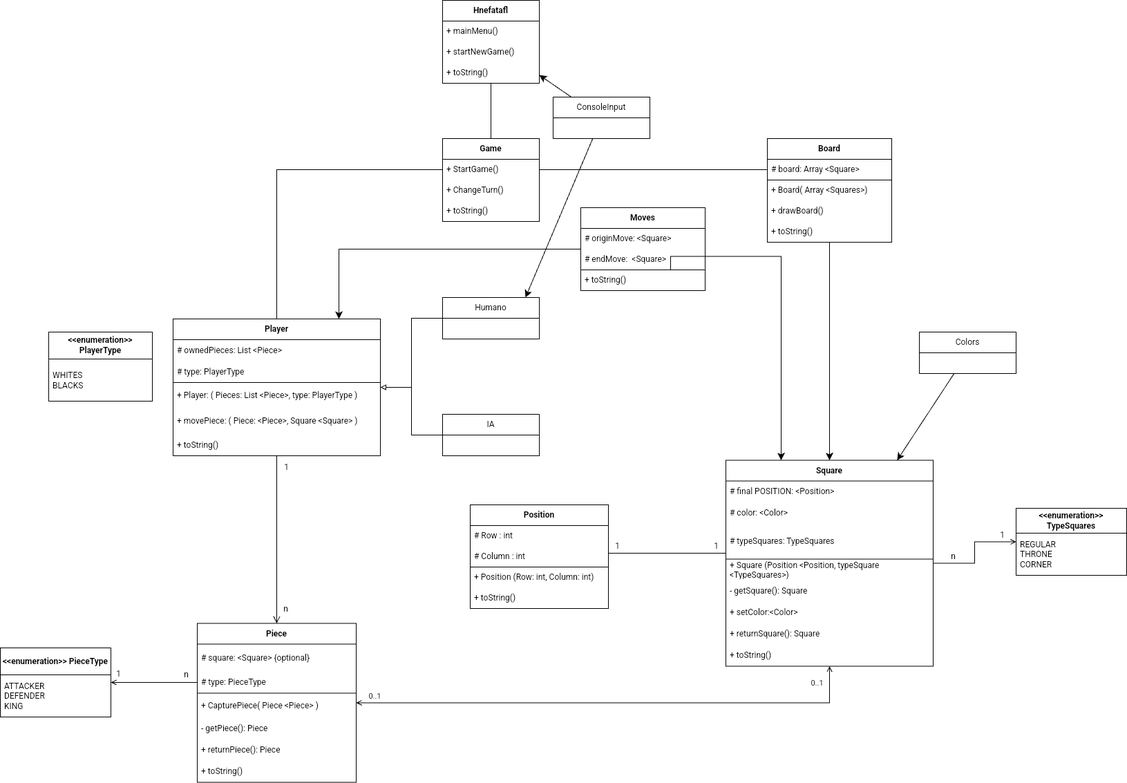
The draw.io diagram diagrams/ClassDiagram.drawio.png in jvazmor497/Hnefatafl, before a commit. Source tidied: cells renumbered, new cells last; positions are measured from the earlier drawing's top-left corner, leaving out a move shared by most shapes.
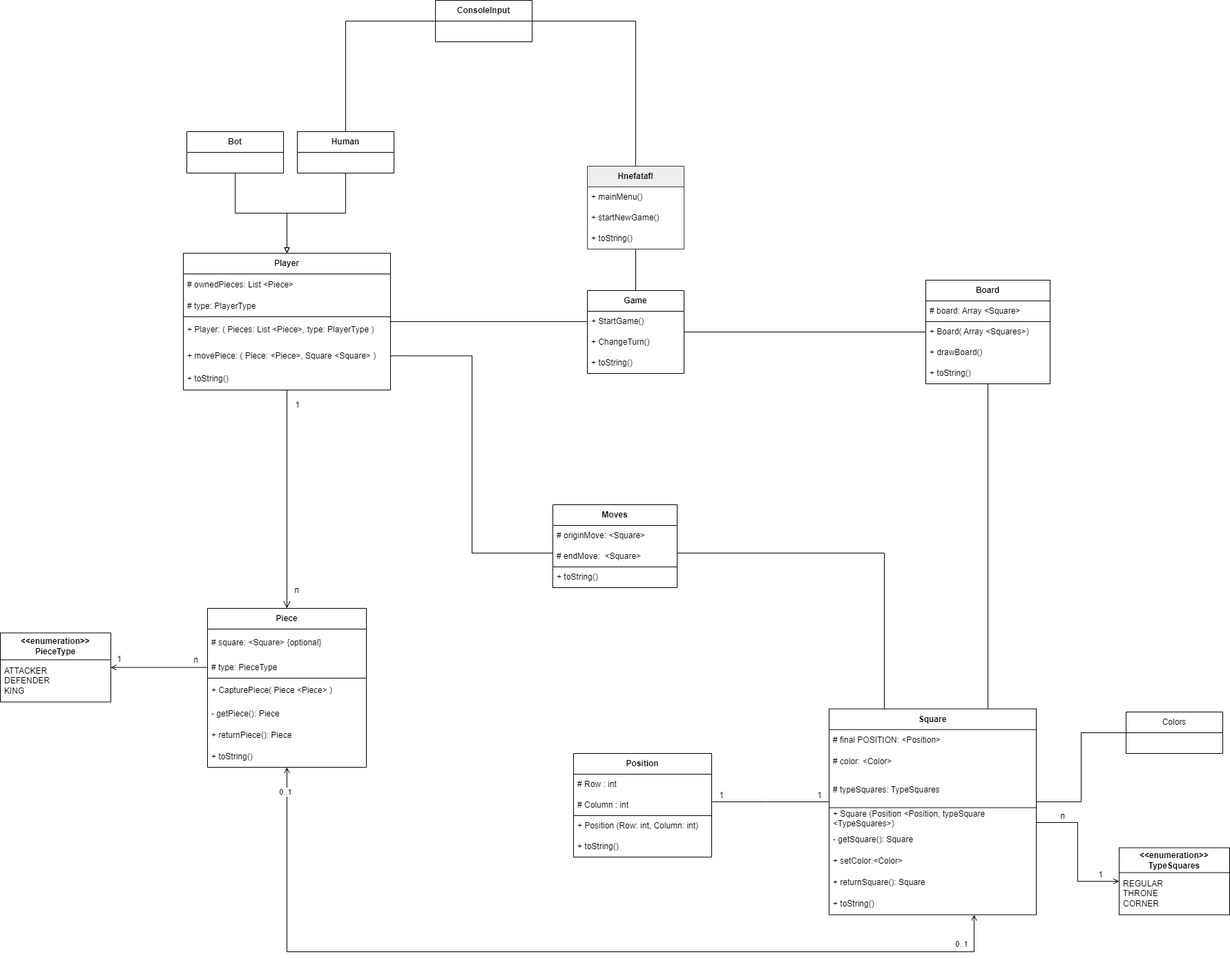
Above is the later version.

Commit message:
Actualizado de un par de cosillas

Diff of the diagram source:
```diff
@@ -2,11 +2,16 @@
   <root>
     <mxCell id="0" />
     <mxCell id="1" parent="0" />
-    <mxCell id="2" style="edgeStyle=none;curved=1;rounded=0;jettySize=auto;html=1;fontSize=12;startSize=8;endSize=8;" parent="1" edge="1" source="3" target="41">
-      <mxGeometry relative="1" as="geometry" />
+    <mxCell id="2" style="edgeStyle=none;curved=1;rounded=0;jettySize=auto;html=1;fontSize=12;startSize=8;endSize=8;endArrow=none;endFill=0;" parent="1" edge="1" source="3">
+      <mxGeometry relative="1" as="geometry">
+        <mxPoint x="1220" y="665.5" as="targetPoint" />
+      </mxGeometry>
     </mxCell>
+    <mxCell id="88" style="edgeStyle=orthogonalEdgeStyle;rounded=0;jettySize=auto;html=1;endArrow=none;endFill=0;" parent="1" edge="1" source="3" target="37">
+      <mxGeometry relative="1" as="geometry" />
+    </mxCell>
     <mxCell id="3" value="&lt;b&gt;Board&lt;/b&gt;" style="swimlane;fontStyle=0;horizontal=1;startSize=30;whiteSpace=wrap;html=1;flipH=1;" parent="1" vertex="1">
-      <mxGeometry x="1110" y="200" width="180" height="150" as="geometry" />
+      <mxGeometry x="1130" y="45" width="180" height="150" as="geometry" />
     </mxCell>
     <mxCell id="4" value="# board: Array &amp;lt;Square&amp;gt;" style="text;strokeColor=none;fillColor=none;align=left;verticalAlign=middle;spacingLeft=4;spacingRight=4;overflow=hidden;whiteSpace=wrap;html=1;" parent="3" vertex="1">
       <mxGeometry y="30" width="180" height="30" as="geometry" />
@@ -67,7 +72,7 @@
       </mxGeometry>
     </mxCell>
     <mxCell id="18" value="&lt;b&gt;Piece&lt;/b&gt;" style="swimlane;fontStyle=0;horizontal=1;startSize=30;whiteSpace=wrap;html=1;" parent="1" vertex="1">
-      <mxGeometry x="285" y="901.5" width="230" height="230" as="geometry" />
+      <mxGeometry x="90" y="520" width="230" height="230" as="geometry" />
     </mxCell>
     <mxCell id="19" value="# square: &amp;lt;Square&amp;gt; {optional}" style="text;strokeColor=none;fillColor=none;align=left;verticalAlign=middle;spacingLeft=4;spacingRight=4;overflow=hidden;whiteSpace=wrap;html=1;" parent="18" vertex="1">
       <mxGeometry y="30" width="230" height="40" as="geometry" />
@@ -94,7 +99,7 @@
       <mxGeometry relative="1" as="geometry" />
     </mxCell>
     <mxCell id="27" value="&lt;b&gt;Player&lt;/b&gt;" style="swimlane;fontStyle=0;horizontal=1;startSize=30;whiteSpace=wrap;html=1;flipH=1;" parent="1" vertex="1">
-      <mxGeometry x="250" y="461" width="300" height="198" as="geometry" />
+      <mxGeometry x="55" y="6" width="300" height="198" as="geometry" />
     </mxCell>
     <mxCell id="28" value="# ownedPieces: List &amp;lt;Piece&amp;gt;" style="text;strokeColor=none;fillColor=none;align=left;verticalAlign=middle;spacingLeft=4;spacingRight=4;overflow=hidden;whiteSpace=wrap;html=1;" parent="27" vertex="1">
       <mxGeometry y="30" width="300" height="31" as="geometry" />
@@ -133,7 +138,7 @@
       </mxGeometry>
     </mxCell>
     <mxCell id="37" value="&lt;b&gt;Game&lt;/b&gt;" style="swimlane;fontStyle=0;horizontal=1;startSize=30;whiteSpace=wrap;html=1;flipH=1;" parent="1" vertex="1">
-      <mxGeometry x="640" y="200" width="140" height="120" as="geometry" />
+      <mxGeometry x="640" y="60" width="140" height="120" as="geometry" />
     </mxCell>
     <mxCell id="38" value="+ StartGame()" style="text;strokeColor=none;fillColor=none;align=left;verticalAlign=middle;spacingLeft=4;spacingRight=4;overflow=hidden;points=[[0,0,0,0,0],[0,0.5,0,0,0],[1,0,0,0,0],[1,0.5,0,0,0]];portConstraint=eastwest;whiteSpace=wrap;html=1;fontFamily=Helvetica;fontSize=12;fontColor=default;" parent="37" vertex="1">
       <mxGeometry y="30" width="140" height="30" as="geometry" />
@@ -145,17 +150,8 @@
       <mxGeometry y="90" width="140" height="30" as="geometry" />
     </mxCell>
     <mxCell id="41" value="&lt;b&gt;Square&lt;/b&gt;" style="swimlane;fontStyle=0;horizontal=1;startSize=30;whiteSpace=wrap;html=1;points=[[0,0,0,0,0],[0,0.25,0,0,0],[0,0.5,0,0,0],[0,0.75,0,0,0],[0,1,0,0,0],[0.25,0,0,0,0],[0.25,1,0,0,0],[0.5,0,0,0,0],[0.5,1,0,0,0],[0.75,0,0,0,0],[0.75,1,0,0,0],[1,0,0,0,0],[1,0.25,0,0,0],[1,0.5,0,0,0],[1,0.75,0,0,0],[1,1,0,0,0]];" parent="1" vertex="1">
-      <mxGeometry x="1050" y="665.5" width="300" height="298" as="geometry" />
+      <mxGeometry x="990" y="665.5" width="300" height="298" as="geometry" />
     </mxCell>
-    <mxCell id="42" style="edgeStyle=orthogonalEdgeStyle;rounded=0;jettySize=auto;html=1;fontSize=12;startSize=8;endSize=8;" parent="41" edge="1" target="41">
-      <mxGeometry relative="1" as="geometry">
-        <mxPoint x="-80" y="-275.5" as="sourcePoint" />
-        <Array as="points">
-          <mxPoint x="-80" y="-295" />
-          <mxPoint x="80" y="-295" />
-        </Array>
-      </mxGeometry>
-    </mxCell>
     <mxCell id="43" value="# final POSITION: &amp;lt;Position&amp;gt;" style="text;strokeColor=none;fillColor=none;align=left;verticalAlign=middle;spacingLeft=4;spacingRight=4;overflow=hidden;whiteSpace=wrap;html=1;" parent="41" vertex="1">
       <mxGeometry y="30" width="300" height="31" as="geometry" />
     </mxCell>
@@ -184,7 +180,7 @@
       <mxGeometry y="267" width="300" height="31" as="geometry" />
     </mxCell>
     <mxCell id="52" value="&lt;b&gt;Position&lt;/b&gt;" style="swimlane;fontStyle=0;horizontal=1;startSize=30;whiteSpace=wrap;html=1;" parent="1" vertex="1">
-      <mxGeometry x="680" y="730" width="200" height="150" as="geometry" />
+      <mxGeometry x="620" y="730" width="200" height="150" as="geometry" />
     </mxCell>
     <mxCell id="53" value="# Row : int" style="text;strokeColor=none;fillColor=none;align=left;verticalAlign=middle;spacingLeft=4;spacingRight=4;overflow=hidden;whiteSpace=wrap;html=1;" parent="52" vertex="1">
       <mxGeometry y="30" width="200" height="30" as="geometry" />
@@ -201,21 +197,19 @@
     <mxCell id="57" value="+ toString()" style="text;strokeColor=none;fillColor=none;align=left;verticalAlign=middle;spacingLeft=4;spacingRight=4;overflow=hidden;whiteSpace=wrap;html=1;" parent="52" vertex="1">
       <mxGeometry y="120" width="200" height="30" as="geometry" />
     </mxCell>
-    <mxCell id="58" style="edgeStyle=orthogonalEdgeStyle;rounded=0;jettySize=auto;html=1;fontSize=12;startSize=8;endSize=8;entryX=1;entryY=0.5;entryDx=0;entryDy=0;endArrow=none;endFill=0;startArrow=none;startFill=0;" parent="1" edge="1" source="3" target="38">
-      <mxGeometry relative="1" as="geometry">
-        <Array as="points">
-          <mxPoint x="1020" y="245" />
-        </Array>
-      </mxGeometry>
-    </mxCell>
     <mxCell id="59" value="&lt;b&gt;&amp;lt;&amp;lt;enumeration&amp;gt;&amp;gt; PieceType&lt;/b&gt;" style="swimlane;fontStyle=0;horizontal=1;startSize=39;whiteSpace=wrap;html=1;" parent="1" vertex="1">
-      <mxGeometry y="937" width="160" height="100" as="geometry" />
+      <mxGeometry x="-210" y="555.5" width="160" height="100" as="geometry" />
     </mxCell>
     <mxCell id="60" value="ATTACKER&lt;div&gt;DEFENDER&lt;/div&gt;&lt;div&gt;KING&lt;/div&gt;" style="text;strokeColor=none;fillColor=none;align=left;verticalAlign=middle;spacingLeft=4;spacingRight=4;overflow=hidden;whiteSpace=wrap;html=1;" parent="59" vertex="1">
       <mxGeometry y="39" width="160" height="61" as="geometry" />
     </mxCell>
     <mxCell id="61" style="edgeStyle=orthogonalEdgeStyle;rounded=0;jettySize=auto;html=1;endArrow=none;endFill=0;startArrow=open;startFill=0;" parent="1" edge="1" source="64" target="41">
-      <mxGeometry relative="1" as="geometry" />
+      <mxGeometry relative="1" as="geometry">
+        <Array as="points">
+          <mxPoint x="1350" y="915" />
+          <mxPoint x="1350" y="830" />
+        </Array>
+      </mxGeometry>
     </mxCell>
     <mxCell id="62" value="n" style="edgeLabel;html=1;align=center;verticalAlign=middle;spacingLeft=4;spacingRight=4;fontFamily=Helvetica;fontSize=12;fontColor=default;fillColor=none;gradientColor=none;" parent="61" vertex="1">
       <mxGeometry x="0.63" y="3" relative="1" as="geometry">
@@ -228,22 +222,16 @@
       </mxGeometry>
     </mxCell>
     <mxCell id="64" value="&lt;b&gt;&amp;lt;&amp;lt;enumeration&amp;gt;&amp;gt; TypeSquares&lt;/b&gt;" style="swimlane;fontStyle=0;horizontal=1;startSize=36;whiteSpace=wrap;html=1;" parent="1" vertex="1">
-      <mxGeometry x="1470" y="735" width="160" height="97" as="geometry" />
+      <mxGeometry x="1410" y="866.5" width="160" height="97" as="geometry" />
     </mxCell>
     <mxCell id="65" value="&lt;div&gt;REGULAR&lt;/div&gt;&lt;div&gt;THRONE&lt;/div&gt;&lt;div&gt;CORNER&lt;/div&gt;" style="text;strokeColor=none;fillColor=none;align=left;verticalAlign=middle;spacingLeft=4;spacingRight=4;overflow=hidden;whiteSpace=wrap;html=1;" parent="64" vertex="1">
       <mxGeometry y="36" width="160" height="61" as="geometry" />
     </mxCell>
-    <mxCell id="66" value="&lt;b&gt;&amp;lt;&amp;lt;enumeration&amp;gt;&amp;gt; PlayerType&lt;/b&gt;" style="swimlane;fontStyle=0;horizontal=1;startSize=39;whiteSpace=wrap;html=1;" parent="1" vertex="1">
-      <mxGeometry x="70" y="480" width="150" height="100" as="geometry" />
-    </mxCell>
-    <mxCell id="67" value="WHITES&lt;div&gt;BLACKS&lt;/div&gt;" style="text;strokeColor=none;fillColor=none;align=left;verticalAlign=middle;spacingLeft=4;spacingRight=4;overflow=hidden;whiteSpace=wrap;html=1;" parent="66" vertex="1">
-      <mxGeometry y="39" width="150" height="61" as="geometry" />
-    </mxCell>
-    <mxCell id="68" value="Humano" style="swimlane;fontStyle=0;horizontal=1;startSize=30;whiteSpace=wrap;html=1;" parent="1" vertex="1">
-      <mxGeometry x="640" y="430" width="140" height="60" as="geometry" />
+    <mxCell id="68" value="&lt;b&gt;Human&lt;/b&gt;" style="swimlane;fontStyle=0;horizontal=1;startSize=30;whiteSpace=wrap;html=1;" parent="1" vertex="1">
+      <mxGeometry x="220" y="-170" width="140" height="60" as="geometry" />
     </mxCell>
-    <mxCell id="69" value="IA" style="swimlane;fontStyle=0;horizontal=1;startSize=30;whiteSpace=wrap;html=1;" parent="1" vertex="1">
-      <mxGeometry x="640" y="599" width="140" height="60" as="geometry" />
+    <mxCell id="69" value="&lt;b&gt;Bot&lt;/b&gt;" style="swimlane;fontStyle=0;horizontal=1;startSize=30;whiteSpace=wrap;html=1;" parent="1" vertex="1">
+      <mxGeometry x="60" y="-170" width="140" height="60" as="geometry" />
     </mxCell>
     <mxCell id="70" style="endArrow=none;html=1;rounded=0;edgeStyle=orthogonalEdgeStyle;startArrow=block;startFill=0;" parent="1" edge="1" source="27" target="68">
       <mxGeometry relative="1" as="geometry" />
@@ -251,8 +239,8 @@
     <mxCell id="71" style="endArrow=none;html=1;rounded=0;edgeStyle=orthogonalEdgeStyle;startArrow=block;startFill=0;" parent="1" edge="1" source="27" target="69">
       <mxGeometry relative="1" as="geometry" />
     </mxCell>
-    <mxCell id="72" value="&lt;b&gt;Hnefatafl&lt;/b&gt;" style="swimlane;fontStyle=0;horizontal=1;startSize=30;whiteSpace=wrap;html=1;flipH=1;" parent="1" vertex="1">
-      <mxGeometry x="640" width="140" height="120" as="geometry" />
+    <mxCell id="72" value="&lt;b&gt;Hnefatafl&lt;/b&gt;" style="swimlane;fontStyle=0;horizontal=1;startSize=30;whiteSpace=wrap;html=1;flipH=1;fillColor=#eeeeee;strokeColor=#36393d;" parent="1" vertex="1">
+      <mxGeometry x="640" y="-120" width="140" height="120" as="geometry" />
     </mxCell>
     <mxCell id="73" value="+ mainMenu()" style="text;strokeColor=none;fillColor=none;align=left;verticalAlign=middle;spacingLeft=4;spacingRight=4;overflow=hidden;whiteSpace=wrap;html=1;fontFamily=Helvetica;fontSize=12;fontColor=default;" parent="72" vertex="1">
       <mxGeometry y="30" width="140" height="30" as="geometry" />
@@ -266,15 +254,24 @@
     <mxCell id="76" style="endArrow=none;html=1;rounded=0;" parent="1" edge="1" source="37" target="72">
       <mxGeometry relative="1" as="geometry" />
     </mxCell>
-    <mxCell id="77" style="edgeStyle=orthogonalEdgeStyle;rounded=0;jettySize=auto;html=1;fontSize=12;startSize=8;endSize=8;" parent="1" edge="1" source="78" target="27">
+    <mxCell id="77" style="rounded=0;jettySize=auto;html=1;fontSize=12;startSize=8;endSize=8;endArrow=none;endFill=0;exitX=0;exitY=0.5;exitDx=0;exitDy=0;entryX=1;entryY=0.5;entryDx=0;entryDy=0;entryPerimeter=0;edgeStyle=orthogonalEdgeStyle;" parent="1" edge="1" source="80" target="31">
       <mxGeometry relative="1" as="geometry">
         <Array as="points">
-          <mxPoint x="490" y="360" />
+          <mxPoint x="590" y="440" />
+          <mxPoint x="473" y="440" />
+          <mxPoint x="473" y="154" />
         </Array>
       </mxGeometry>
     </mxCell>
+    <mxCell id="89" style="edgeStyle=orthogonalEdgeStyle;rounded=0;jettySize=auto;html=1;endArrow=none;endFill=0;" parent="1" edge="1" source="78" target="41">
+      <mxGeometry relative="1" as="geometry">
+        <Array as="points">
+          <mxPoint x="1070" y="440" />
+        </Array>
+      </mxGeometry>
+    </mxCell>
     <mxCell id="78" value="&lt;b&gt;Moves&lt;/b&gt;" style="swimlane;fontStyle=0;horizontal=1;startSize=30;whiteSpace=wrap;html=1;flipH=1;" parent="1" vertex="1">
-      <mxGeometry x="840" y="300" width="180" height="120" as="geometry" />
+      <mxGeometry x="590" y="370" width="180" height="120" as="geometry" />
     </mxCell>
     <mxCell id="79" value="# originMove: &amp;lt;Square&amp;gt;" style="text;strokeColor=none;fillColor=none;align=left;verticalAlign=middle;spacingLeft=4;spacingRight=4;overflow=hidden;whiteSpace=wrap;html=1;" parent="78" vertex="1">
       <mxGeometry y="30" width="180" height="30" as="geometry" />
@@ -291,20 +288,25 @@
     <mxCell id="82" value="+ toString()" style="text;strokeColor=none;fillColor=none;align=left;verticalAlign=middle;spacingLeft=4;spacingRight=4;overflow=hidden;whiteSpace=wrap;html=1;" parent="78" vertex="1">
       <mxGeometry y="90" width="180" height="30" as="geometry" />
     </mxCell>
-    <mxCell id="83" style="edgeStyle=none;curved=1;rounded=0;jettySize=auto;html=1;fontSize=12;startSize=8;endSize=8;" parent="1" edge="1" source="84" target="72">
+    <mxCell id="83" style="edgeStyle=orthogonalEdgeStyle;rounded=0;jettySize=auto;html=1;fontSize=12;startSize=8;endSize=8;endArrow=none;endFill=0;" parent="1" edge="1" source="84" target="72">
       <mxGeometry relative="1" as="geometry" />
     </mxCell>
+    <mxCell id="87" style="edgeStyle=orthogonalEdgeStyle;rounded=0;jettySize=auto;html=1;endArrow=none;endFill=0;" parent="1" edge="1" source="84" target="68">
+      <mxGeometry relative="1" as="geometry" />
+    </mxCell>
-    <mxCell id="84" value="ConsoleInput" style="swimlane;fontStyle=0;horizontal=1;startSize=30;whiteSpace=wrap;html=1;" parent="1" vertex="1">
-      <mxGeometry x="800" y="140" width="140" height="60" as="geometry" />
+    <mxCell id="84" value="&lt;b&gt;ConsoleInput&lt;/b&gt;" style="swimlane;fontStyle=0;horizontal=1;startSize=30;whiteSpace=wrap;html=1;" parent="1" vertex="1">
+      <mxGeometry x="420" y="-360" width="140" height="60" as="geometry" />
     </mxCell>
-    <mxCell id="85" style="edgeStyle=none;curved=1;rounded=0;jettySize=auto;html=1;fontSize=12;startSize=8;endSize=8;" parent="1" edge="1" source="86" target="41">
-      <mxGeometry relative="1" as="geometry" />
+    <mxCell id="85" style="rounded=0;jettySize=auto;html=1;fontSize=12;startSize=8;endSize=8;edgeStyle=orthogonalEdgeStyle;endArrow=none;endFill=0;" parent="1" edge="1" source="86" target="41">
+      <mxGeometry relative="1" as="geometry">
+        <Array as="points">
+          <mxPoint x="1355" y="700" />
+          <mxPoint x="1355" y="800" />
+        </Array>
+      </mxGeometry>
     </mxCell>
     <mxCell id="86" value="Colors" style="swimlane;fontStyle=0;horizontal=1;startSize=30;whiteSpace=wrap;html=1;" parent="1" vertex="1">
-      <mxGeometry x="1330" y="480" width="140" height="60" as="geometry" />
+      <mxGeometry x="1420" y="670" width="140" height="60" as="geometry" />
     </mxCell>
-    <mxCell id="87" style="edgeStyle=none;curved=1;rounded=0;jettySize=auto;html=1;entryX=0.857;entryY=0;entryDx=0;entryDy=0;entryPerimeter=0;fontSize=12;startSize=8;endSize=8;" parent="1" edge="1" source="84" target="68">
-      <mxGeometry relative="1" as="geometry" />
-    </mxCell>
   </root>
 </mxGraphModel>
```
